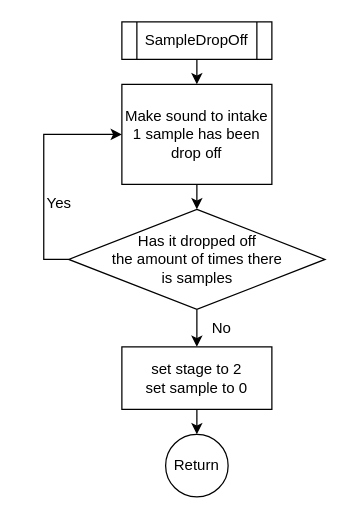
This is Draw/sampleDropOff.drawio from jens1906/P1-project-1.-semester, a draw.io file, before an edit. Source tidied: cells renumbered, new cells numbered last; positions are measured from the earlier drawing's top-left corner, leaving out a move shared by most shapes. Both pictures are drawn from the tidied source at 125%, with x=0, y=0 at pixel (21, 21).
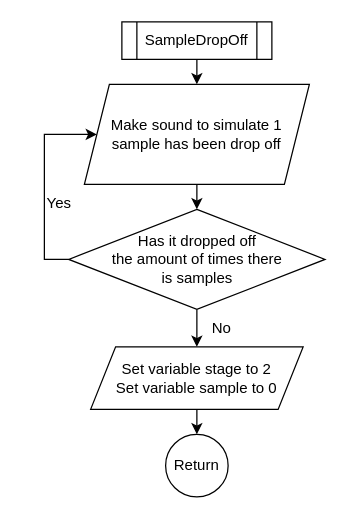
After the change.

Diff of the diagram source:
```diff
@@
 <mxGraphModel>
   <root>
     <mxCell id="0" />
     <mxCell id="1" parent="0" />
     <mxCell id="2" style="edgeStyle=orthogonalEdgeStyle;rounded=0;jettySize=auto;html=1;exitX=0.5;exitY=1;exitDx=0;exitDy=0;entryX=0.5;entryY=0;entryDx=0;entryDy=0;" parent="1" edge="1" source="3" target="5">
       <mxGeometry relative="1" as="geometry" />
     </mxCell>
     <mxCell id="3" value="SampleDropOff" style="shape=process;whiteSpace=wrap;html=1;backgroundOutline=1;" parent="1" vertex="1">
       <mxGeometry x="80" width="120" height="30" as="geometry" />
     </mxCell>
     <mxCell id="4" style="edgeStyle=orthogonalEdgeStyle;rounded=0;jettySize=auto;html=1;exitX=0.5;exitY=1;exitDx=0;exitDy=0;entryX=0.5;entryY=0;entryDx=0;entryDy=0;" parent="1" edge="1" source="5" target="8">
       <mxGeometry relative="1" as="geometry" />
     </mxCell>
-    <mxCell id="5" value="Make sound to intake 1 sample has been drop off" style="rounded=0;whiteSpace=wrap;html=1;" parent="1" vertex="1">
-      <mxGeometry x="80" y="50" width="120" height="80" as="geometry" />
+    <mxCell id="5" value="Make sound to simulate 1 sample has been drop off" style="shape=parallelogram;perimeter=parallelogramPerimeter;whiteSpace=wrap;html=1;fixedSize=1;" parent="1" vertex="1">
+      <mxGeometry x="50" y="50" width="180" height="80" as="geometry" />
     </mxCell>
+    <mxCell id="7" style="edgeStyle=orthogonalEdgeStyle;rounded=0;jettySize=auto;html=1;exitX=0.5;exitY=1;exitDx=0;exitDy=0;entryX=0.5;entryY=0;entryDx=0;entryDy=0;" parent="1" edge="1" source="8" target="13">
+      <mxGeometry relative="1" as="geometry" />
+    </mxCell>
     <mxCell id="6" style="edgeStyle=orthogonalEdgeStyle;rounded=0;jettySize=auto;html=1;exitX=0;exitY=0.5;exitDx=0;exitDy=0;entryX=0;entryY=0.5;entryDx=0;entryDy=0;" parent="1" edge="1" source="8" target="5">
-      <mxGeometry relative="1" as="geometry" />
+      <mxGeometry relative="1" as="geometry">
+        <Array as="points">
+          <mxPoint x="18" y="190" />
+          <mxPoint x="18" y="90" />
+        </Array>
+      </mxGeometry>
     </mxCell>
-    <mxCell id="7" style="edgeStyle=orthogonalEdgeStyle;rounded=0;jettySize=auto;html=1;exitX=0.5;exitY=1;exitDx=0;exitDy=0;entryX=0.5;entryY=0;entryDx=0;entryDy=0;" parent="1" edge="1" source="8" target="13">
-      <mxGeometry relative="1" as="geometry" />
-    </mxCell>
     <mxCell id="8" value="Has it dropped off &lt;br&gt;the amount of times there &lt;br&gt;is samples" style="rhombus;whiteSpace=wrap;html=1;" parent="1" vertex="1">
       <mxGeometry x="37.5" y="150" width="205" height="80" as="geometry" />
     </mxCell>
     <mxCell id="9" value="Yes" style="text;html=1;strokeColor=none;fillColor=none;align=center;verticalAlign=middle;whiteSpace=wrap;rounded=0;" parent="1" vertex="1">
       <mxGeometry y="130" width="60" height="30" as="geometry" />
     </mxCell>
     <mxCell id="10" value="Return" style="ellipse;whiteSpace=wrap;html=1;" parent="1" vertex="1">
       <mxGeometry x="115" y="330" width="50" height="50" as="geometry" />
     </mxCell>
     <mxCell id="11" value="No" style="text;html=1;strokeColor=none;fillColor=none;align=center;verticalAlign=middle;whiteSpace=wrap;rounded=0;" parent="1" vertex="1">
       <mxGeometry x="130" y="230" width="60" height="30" as="geometry" />
     </mxCell>
     <mxCell id="12" style="edgeStyle=orthogonalEdgeStyle;rounded=0;jettySize=auto;html=1;exitX=0.5;exitY=1;exitDx=0;exitDy=0;entryX=0.5;entryY=0;entryDx=0;entryDy=0;" parent="1" edge="1" source="13" target="10">
       <mxGeometry relative="1" as="geometry" />
     </mxCell>
-    <mxCell id="13" value="set stage to 2&lt;br&gt;set sample to 0" style="rounded=0;whiteSpace=wrap;html=1;" parent="1" vertex="1">
-      <mxGeometry x="80" y="260" width="120" height="50" as="geometry" />
+    <mxCell id="13" value="Set variable stage to 2&lt;br&gt;Set variable sample to 0" style="shape=parallelogram;perimeter=parallelogramPerimeter;whiteSpace=wrap;html=1;fixedSize=1;" parent="1" vertex="1">
+      <mxGeometry x="55" y="260" width="170" height="50" as="geometry" />
     </mxCell>
   </root>
 </mxGraphModel>
```
